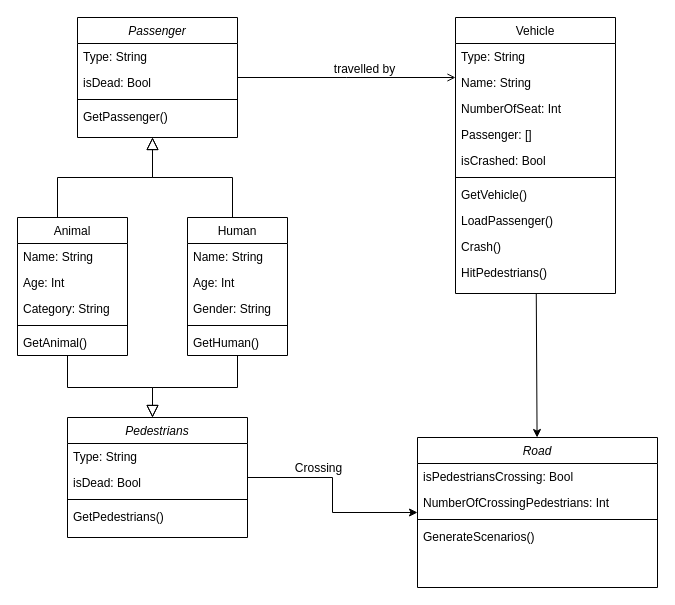
Earlier version of the draw.io diagram diagrams/Automatic Vehicles.drawio (EdwardPhuong/OOP-Project-AutomationVehicle-). Source tidied: cells renumbered, new cells numbered last; positions are measured from the earlier drawing's top-left corner, leaving out a move shared by most shapes. Both pictures are drawn from the tidied source at 100%, with x=0, y=0 at pixel (17, 17).
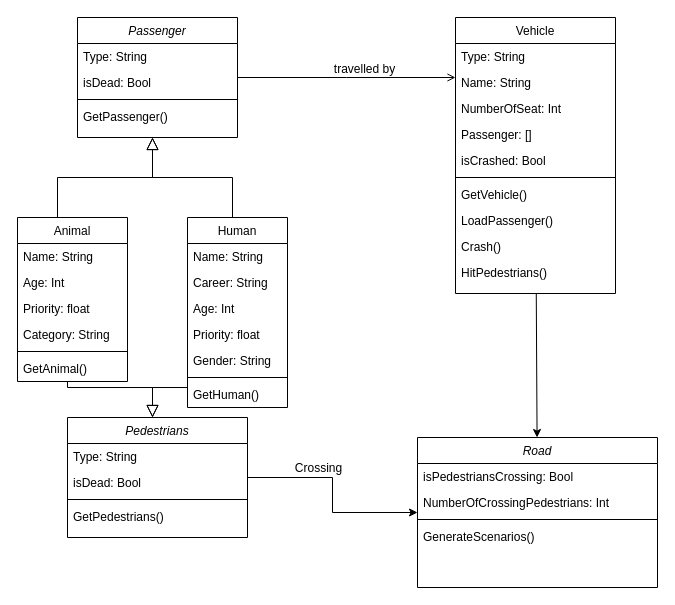
After the change.

The edit, as a diff of the source:
```diff
@@
     <mxCell id="7" value="Animal" style="swimlane;fontStyle=0;align=center;verticalAlign=top;horizontal=1;startSize=26;rounded=0;shadow=0;strokeWidth=1;" parent="1" vertex="1">
-      <mxGeometry y="200" width="110" height="138" as="geometry" />
+      <mxGeometry y="200" width="110" height="164" as="geometry" />
     </mxCell>
@@
+    <mxCell id="49" value="Priority: float" style="text;align=left;verticalAlign=top;spacingLeft=4;spacingRight=4;overflow=hidden;" parent="7" vertex="1">
+      <mxGeometry y="78" width="110" height="26" as="geometry" />
+    </mxCell>
     <mxCell id="10" value="Category: String" style="text;align=left;verticalAlign=top;spacingLeft=4;spacingRight=4;overflow=hidden;rounded=0;shadow=0;html=0;" parent="7" vertex="1">
-      <mxGeometry y="78" width="110" height="26" as="geometry" />
+      <mxGeometry y="104" width="110" height="26" as="geometry" />
     </mxCell>
     <mxCell id="11" style="line;html=1;strokeWidth=1;align=left;verticalAlign=middle;spacingTop=-1;spacingLeft=3;spacingRight=3;labelPosition=right;" parent="7" vertex="1">
-      <mxGeometry y="104" width="110" height="8" as="geometry" />
+      <mxGeometry y="130" width="110" height="8" as="geometry" />
     </mxCell>
     <mxCell id="12" value="GetAnimal()" style="text;align=left;verticalAlign=top;spacingLeft=4;spacingRight=4;overflow=hidden;" parent="7" vertex="1">
-      <mxGeometry y="112" width="110" height="26" as="geometry" />
+      <mxGeometry y="138" width="110" height="26" as="geometry" />
     </mxCell>
     <mxCell id="13" value="Human" style="swimlane;fontStyle=0;align=center;verticalAlign=top;horizontal=1;startSize=26;rounded=0;shadow=0;strokeWidth=1;" parent="1" vertex="1">
-      <mxGeometry x="170" y="200" width="100" height="138" as="geometry" />
+      <mxGeometry x="170" y="200" width="100" height="190" as="geometry" />
     </mxCell>
@@
+    <mxCell id="50" value="Career: String" style="text;align=left;verticalAlign=top;spacingLeft=4;spacingRight=4;overflow=hidden;" parent="13" vertex="1">
+      <mxGeometry y="52" width="100" height="26" as="geometry" />
+    </mxCell>
     <mxCell id="15" value="Age: Int" style="text;align=left;verticalAlign=top;spacingLeft=4;spacingRight=4;overflow=hidden;rounded=0;shadow=0;html=0;" parent="13" vertex="1">
-      <mxGeometry y="52" width="100" height="26" as="geometry" />
+      <mxGeometry y="78" width="100" height="26" as="geometry" />
     </mxCell>
+    <mxCell id="51" value="Priority: float" style="text;align=left;verticalAlign=top;spacingLeft=4;spacingRight=4;overflow=hidden;" parent="13" vertex="1">
+      <mxGeometry y="104" width="100" height="26" as="geometry" />
+    </mxCell>
     <mxCell id="16" value="Gender: String" style="text;align=left;verticalAlign=top;spacingLeft=4;spacingRight=4;overflow=hidden;rounded=0;shadow=0;html=0;" parent="13" vertex="1">
-      <mxGeometry y="78" width="100" height="26" as="geometry" />
+      <mxGeometry y="130" width="100" height="26" as="geometry" />
     </mxCell>
     <mxCell id="17" style="line;html=1;strokeWidth=1;align=left;verticalAlign=middle;spacingTop=-1;spacingLeft=3;spacingRight=3;labelPosition=right;" parent="13" vertex="1">
-      <mxGeometry y="104" width="100" height="8" as="geometry" />
+      <mxGeometry y="156" width="100" height="8" as="geometry" />
     </mxCell>
     <mxCell id="18" value="GetHuman()" style="text;align=left;verticalAlign=top;spacingLeft=4;spacingRight=4;overflow=hidden;" parent="13" vertex="1">
-      <mxGeometry y="112" width="100" height="26" as="geometry" />
+      <mxGeometry y="164" width="100" height="26" as="geometry" />
     </mxCell>
```
